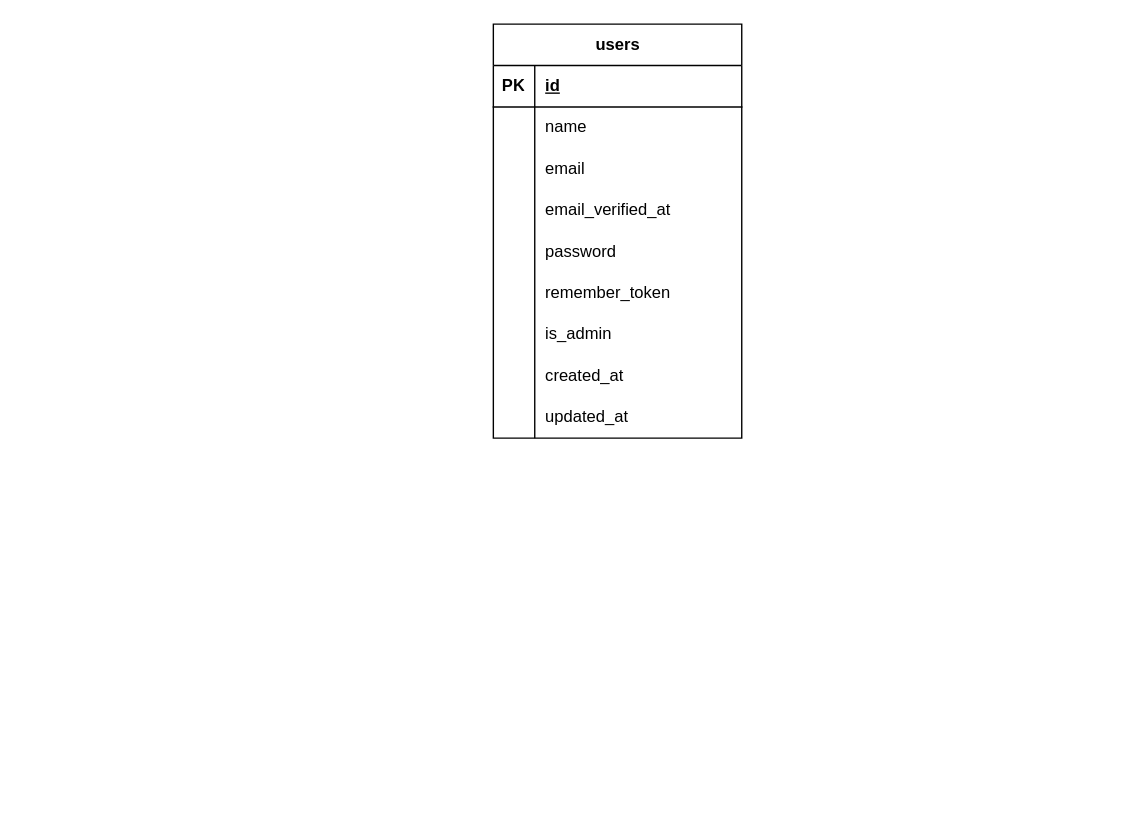
The draw.io diagram src/resources/js/er.drawio in norinori25/coachtech-attendance-app, before the edit. Source tidied: cells renumbered, new cells numbered last; positions are measured from the earlier drawing's top-left corner, leaving out a move shared by most shapes. Both pictures are drawn from the tidied source at 138%, with x=0, y=0 at pixel (493, 23).
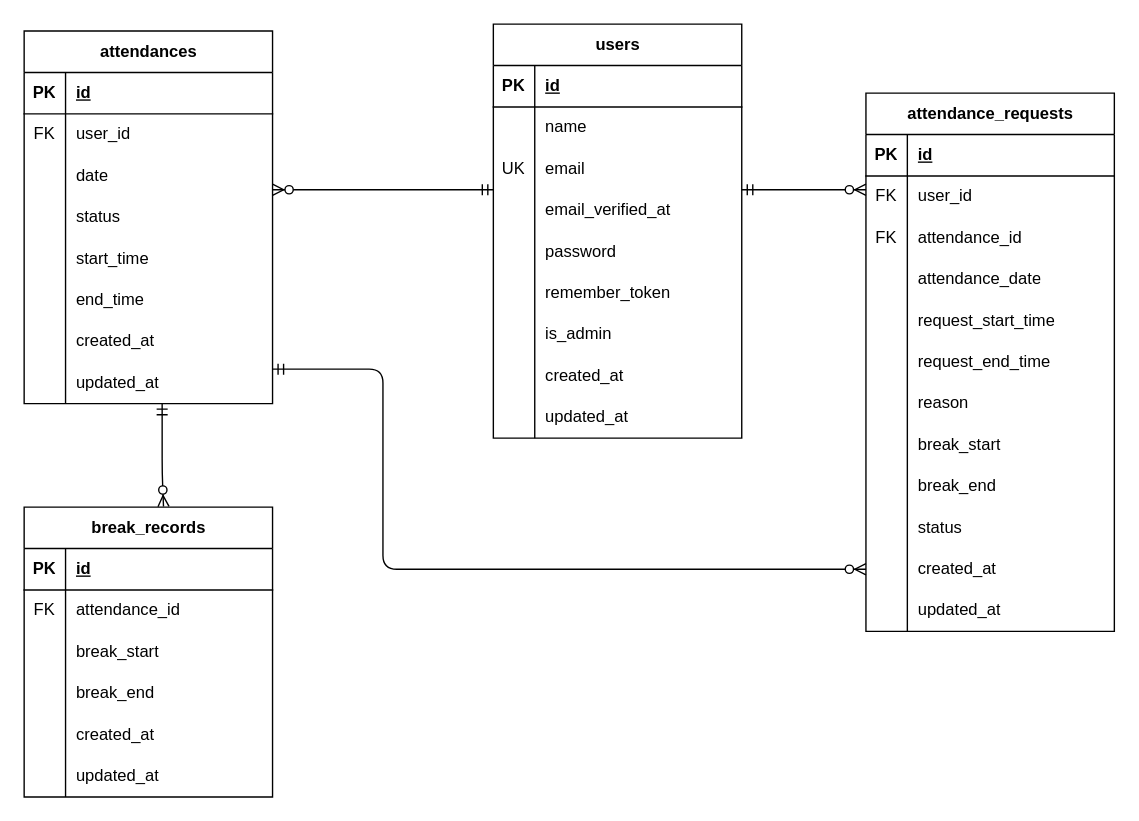
After the change.

Commit message (it also covers changes not shown here):
docs: README に ER 図を追加

The change refers to these unchanged cells:
```xml
<mxCell id="9" style="shape=tableRow;horizontal=0;startSize=0;swimlaneHead=0;swimlaneBody=0;fillColor=none;top=0;left=0;right=0;bottom=0;" parent="2" vertex="1">
  <mxGeometry y="90" width="180" height="30" as="geometry" />
</mxCell>
```

Diff of the diagram source:
```diff
@@
-    <mxCell id="10" style="shape=partialRectangle;fillColor=none;top=0;left=0;bottom=0;right=0;overflow=hidden;whiteSpace=wrap;html=1;" parent="9" vertex="1">
+    <mxCell id="10" value="UK" style="shape=partialRectangle;fillColor=none;top=0;left=0;bottom=0;right=0;overflow=hidden;whiteSpace=wrap;html=1;" parent="9" vertex="1">
       <mxGeometry width="30" height="30" as="geometry" />
     </mxCell>
@@
+    <mxCell id="30" value="attendances" style="shape=table;startSize=30;childLayout=tableLayout;rowLines=0;fontStyle=1;align=center;html=1;" parent="1" vertex="1">
+      <mxGeometry x="-340" y="5" width="180" height="270" as="geometry" />
+    </mxCell>
+    <mxCell id="31" style="shape=tableRow;horizontal=0;startSize=0;swimlaneHead=0;swimlaneBody=0;fillColor=none;top=0;left=0;right=0;bottom=1;" parent="30" vertex="1">
+      <mxGeometry y="30" width="180" height="30" as="geometry" />
+    </mxCell>
+    <mxCell id="32" value="PK" style="shape=partialRectangle;fillColor=none;top=0;left=0;bottom=0;right=0;fontStyle=1;overflow=hidden;whiteSpace=wrap;html=1;" parent="31" vertex="1">
+      <mxGeometry width="30" height="30" as="geometry" />
+    </mxCell>
+    <mxCell id="33" value="id" style="shape=partialRectangle;fillColor=none;top=0;left=0;bottom=0;right=0;align=left;spacingLeft=6;fontStyle=5;overflow=hidden;whiteSpace=wrap;html=1;" parent="31" vertex="1">
+      <mxGeometry x="30" width="150" height="30" as="geometry" />
+    </mxCell>
+    <mxCell id="34" style="shape=tableRow;horizontal=0;startSize=0;swimlaneHead=0;swimlaneBody=0;fillColor=none;top=0;left=0;right=0;bottom=0;" parent="30" vertex="1">
+      <mxGeometry y="60" width="180" height="30" as="geometry" />
+    </mxCell>
+    <mxCell id="35" value="FK" style="shape=partialRectangle;fillColor=none;top=0;left=0;bottom=0;right=0;overflow=hidden;whiteSpace=wrap;html=1;" parent="34" vertex="1">
+      <mxGeometry width="30" height="30" as="geometry" />
+    </mxCell>
+    <mxCell id="36" value="user_id" style="shape=partialRectangle;fillColor=none;top=0;left=0;bottom=0;right=0;align=left;spacingLeft=6;overflow=hidden;whiteSpace=wrap;html=1;" parent="34" vertex="1">
+      <mxGeometry x="30" width="150" height="30" as="geometry" />
+    </mxCell>
+    <mxCell id="37" style="shape=tableRow;horizontal=0;startSize=0;swimlaneHead=0;swimlaneBody=0;fillColor=none;top=0;left=0;right=0;bottom=0;" parent="30" vertex="1">
+      <mxGeometry y="90" width="180" height="30" as="geometry" />
+    </mxCell>
+    <mxCell id="38" style="shape=partialRectangle;fillColor=none;top=0;left=0;bottom=0;right=0;overflow=hidden;whiteSpace=wrap;html=1;" parent="37" vertex="1">
+      <mxGeometry width="30" height="30" as="geometry" />
+    </mxCell>
+    <mxCell id="39" value="date" style="shape=partialRectangle;fillColor=none;top=0;left=0;bottom=0;right=0;align=left;spacingLeft=6;overflow=hidden;whiteSpace=wrap;html=1;" parent="37" vertex="1">
+      <mxGeometry x="30" width="150" height="30" as="geometry" />
+    </mxCell>
+    <mxCell id="40" style="shape=tableRow;horizontal=0;startSize=0;swimlaneHead=0;swimlaneBody=0;fillColor=none;top=0;left=0;right=0;bottom=0;" parent="30" vertex="1">
+      <mxGeometry y="120" width="180" height="30" as="geometry" />
+    </mxCell>
+    <mxCell id="41" style="shape=partialRectangle;fillColor=none;top=0;left=0;bottom=0;right=0;overflow=hidden;whiteSpace=wrap;html=1;" parent="40" vertex="1">
+      <mxGeometry width="30" height="30" as="geometry" />
+    </mxCell>
+    <mxCell id="42" value="status" style="shape=partialRectangle;fillColor=none;top=0;left=0;bottom=0;right=0;align=left;spacingLeft=6;overflow=hidden;whiteSpace=wrap;html=1;" parent="40" vertex="1">
+      <mxGeometry x="30" width="150" height="30" as="geometry" />
+    </mxCell>
+    <mxCell id="43" style="shape=tableRow;horizontal=0;startSize=0;swimlaneHead=0;swimlaneBody=0;fillColor=none;top=0;left=0;right=0;bottom=0;" parent="30" vertex="1">
+      <mxGeometry y="150" width="180" height="30" as="geometry" />
+    </mxCell>
+    <mxCell id="44" style="shape=partialRectangle;fillColor=none;top=0;left=0;bottom=0;right=0;overflow=hidden;whiteSpace=wrap;html=1;" parent="43" vertex="1">
+      <mxGeometry width="30" height="30" as="geometry" />
+    </mxCell>
+    <mxCell id="45" value="start_time" style="shape=partialRectangle;fillColor=none;top=0;left=0;bottom=0;right=0;align=left;spacingLeft=6;overflow=hidden;whiteSpace=wrap;html=1;" parent="43" vertex="1">
+      <mxGeometry x="30" width="150" height="30" as="geometry" />
+    </mxCell>
+    <mxCell id="46" style="shape=tableRow;horizontal=0;startSize=0;swimlaneHead=0;swimlaneBody=0;fillColor=none;top=0;left=0;right=0;bottom=0;" parent="30" vertex="1">
+      <mxGeometry y="180" width="180" height="30" as="geometry" />
+    </mxCell>
+    <mxCell id="47" style="shape=partialRectangle;fillColor=none;top=0;left=0;bottom=0;right=0;overflow=hidden;whiteSpace=wrap;html=1;" parent="46" vertex="1">
+      <mxGeometry width="30" height="30" as="geometry" />
+    </mxCell>
+    <mxCell id="48" value="end_time" style="shape=partialRectangle;fillColor=none;top=0;left=0;bottom=0;right=0;align=left;spacingLeft=6;overflow=hidden;whiteSpace=wrap;html=1;" parent="46" vertex="1">
+      <mxGeometry x="30" width="150" height="30" as="geometry" />
+    </mxCell>
+    <mxCell id="49" style="shape=tableRow;horizontal=0;startSize=0;swimlaneHead=0;swimlaneBody=0;fillColor=none;top=0;left=0;right=0;bottom=0;" parent="30" vertex="1">
+      <mxGeometry y="210" width="180" height="30" as="geometry" />
+    </mxCell>
+    <mxCell id="50" style="shape=partialRectangle;fillColor=none;top=0;left=0;bottom=0;right=0;overflow=hidden;whiteSpace=wrap;html=1;" parent="49" vertex="1">
+      <mxGeometry width="30" height="30" as="geometry" />
+    </mxCell>
+    <mxCell id="51" value="created_at" style="shape=partialRectangle;fillColor=none;top=0;left=0;bottom=0;right=0;align=left;spacingLeft=6;overflow=hidden;whiteSpace=wrap;html=1;" parent="49" vertex="1">
+      <mxGeometry x="30" width="150" height="30" as="geometry" />
+    </mxCell>
+    <mxCell id="52" style="shape=tableRow;horizontal=0;startSize=0;swimlaneHead=0;swimlaneBody=0;fillColor=none;top=0;left=0;right=0;bottom=0;" parent="30" vertex="1">
+      <mxGeometry y="240" width="180" height="30" as="geometry" />
+    </mxCell>
+    <mxCell id="53" style="shape=partialRectangle;fillColor=none;top=0;left=0;bottom=0;right=0;overflow=hidden;whiteSpace=wrap;html=1;" parent="52" vertex="1">
+      <mxGeometry width="30" height="30" as="geometry" />
+    </mxCell>
+    <mxCell id="54" value="updated_at" style="shape=partialRectangle;fillColor=none;top=0;left=0;bottom=0;right=0;align=left;spacingLeft=6;overflow=hidden;whiteSpace=wrap;html=1;" parent="52" vertex="1">
+      <mxGeometry x="30" width="150" height="30" as="geometry" />
+    </mxCell>
+    <mxCell id="55" value="break_records" style="shape=table;startSize=30;childLayout=tableLayout;rowLines=0;fontStyle=1;align=center;html=1;" parent="1" vertex="1">
+      <mxGeometry x="-340" y="350" width="180" height="210" as="geometry" />
+    </mxCell>
+    <mxCell id="56" style="shape=tableRow;horizontal=0;startSize=0;swimlaneHead=0;swimlaneBody=0;fillColor=none;top=0;left=0;right=0;bottom=1;" parent="55" vertex="1">
+      <mxGeometry y="30" width="180" height="30" as="geometry" />
+    </mxCell>
+    <mxCell id="57" value="PK" style="shape=partialRectangle;fillColor=none;top=0;left=0;bottom=0;right=0;fontStyle=1;overflow=hidden;whiteSpace=wrap;html=1;" parent="56" vertex="1">
+      <mxGeometry width="30" height="30" as="geometry" />
+    </mxCell>
+    <mxCell id="58" value="id" style="shape=partialRectangle;fillColor=none;top=0;left=0;bottom=0;right=0;align=left;spacingLeft=6;fontStyle=5;overflow=hidden;whiteSpace=wrap;html=1;" parent="56" vertex="1">
+      <mxGeometry x="30" width="150" height="30" as="geometry" />
+    </mxCell>
+    <mxCell id="59" style="shape=tableRow;horizontal=0;startSize=0;swimlaneHead=0;swimlaneBody=0;fillColor=none;top=0;left=0;right=0;bottom=0;" parent="55" vertex="1">
+      <mxGeometry y="60" width="180" height="30" as="geometry" />
+    </mxCell>
+    <mxCell id="60" value="FK" style="shape=partialRectangle;fillColor=none;top=0;left=0;bottom=0;right=0;overflow=hidden;whiteSpace=wrap;html=1;" parent="59" vertex="1">
+      <mxGeometry width="30" height="30" as="geometry" />
+    </mxCell>
+    <mxCell id="61" value="attendance_id" style="shape=partialRectangle;fillColor=none;top=0;left=0;bottom=0;right=0;align=left;spacingLeft=6;overflow=hidden;whiteSpace=wrap;html=1;" parent="59" vertex="1">
+      <mxGeometry x="30" width="150" height="30" as="geometry" />
+    </mxCell>
+    <mxCell id="62" style="shape=tableRow;horizontal=0;startSize=0;swimlaneHead=0;swimlaneBody=0;fillColor=none;top=0;left=0;right=0;bottom=0;" parent="55" vertex="1">
+      <mxGeometry y="90" width="180" height="30" as="geometry" />
+    </mxCell>
+    <mxCell id="63" style="shape=partialRectangle;fillColor=none;top=0;left=0;bottom=0;right=0;overflow=hidden;whiteSpace=wrap;html=1;" parent="62" vertex="1">
+      <mxGeometry width="30" height="30" as="geometry" />
+    </mxCell>
+    <mxCell id="64" value="break_start" style="shape=partialRectangle;fillColor=none;top=0;left=0;bottom=0;right=0;align=left;spacingLeft=6;overflow=hidden;whiteSpace=wrap;html=1;" parent="62" vertex="1">
+      <mxGeometry x="30" width="150" height="30" as="geometry" />
+    </mxCell>
+    <mxCell id="65" style="shape=tableRow;horizontal=0;startSize=0;swimlaneHead=0;swimlaneBody=0;fillColor=none;top=0;left=0;right=0;bottom=0;" parent="55" vertex="1">
+      <mxGeometry y="120" width="180" height="30" as="geometry" />
+    </mxCell>
+    <mxCell id="66" style="shape=partialRectangle;fillColor=none;top=0;left=0;bottom=0;right=0;overflow=hidden;whiteSpace=wrap;html=1;" parent="65" vertex="1">
+      <mxGeometry width="30" height="30" as="geometry" />
+    </mxCell>
+    <mxCell id="67" value="break_end" style="shape=partialRectangle;fillColor=none;top=0;left=0;bottom=0;right=0;align=left;spacingLeft=6;overflow=hidden;whiteSpace=wrap;html=1;" parent="65" vertex="1">
+      <mxGeometry x="30" width="150" height="30" as="geometry" />
+    </mxCell>
+    <mxCell id="68" style="shape=tableRow;horizontal=0;startSize=0;swimlaneHead=0;swimlaneBody=0;fillColor=none;top=0;left=0;right=0;bottom=0;" parent="55" vertex="1">
+      <mxGeometry y="150" width="180" height="30" as="geometry" />
+    </mxCell>
+    <mxCell id="69" style="shape=partialRectangle;fillColor=none;top=0;left=0;bottom=0;right=0;overflow=hidden;whiteSpace=wrap;html=1;" parent="68" vertex="1">
+      <mxGeometry width="30" height="30" as="geometry" />
+    </mxCell>
+    <mxCell id="70" value="created_at" style="shape=partialRectangle;fillColor=none;top=0;left=0;bottom=0;right=0;align=left;spacingLeft=6;overflow=hidden;whiteSpace=wrap;html=1;" parent="68" vertex="1">
+      <mxGeometry x="30" width="150" height="30" as="geometry" />
+    </mxCell>
+    <mxCell id="71" style="shape=tableRow;horizontal=0;startSize=0;swimlaneHead=0;swimlaneBody=0;fillColor=none;top=0;left=0;right=0;bottom=0;" parent="55" vertex="1">
+      <mxGeometry y="180" width="180" height="30" as="geometry" />
+    </mxCell>
+    <mxCell id="72" style="shape=partialRectangle;fillColor=none;top=0;left=0;bottom=0;right=0;overflow=hidden;whiteSpace=wrap;html=1;" parent="71" vertex="1">
+      <mxGeometry width="30" height="30" as="geometry" />
+    </mxCell>
+    <mxCell id="73" value="updated_at" style="shape=partialRectangle;fillColor=none;top=0;left=0;bottom=0;right=0;align=left;spacingLeft=6;overflow=hidden;whiteSpace=wrap;html=1;" parent="71" vertex="1">
+      <mxGeometry x="30" width="150" height="30" as="geometry" />
+    </mxCell>
+    <mxCell id="74" style="fontSize=12;html=1;endArrow=ERzeroToMany;startArrow=ERmandOne;" parent="1" edge="1">
+      <mxGeometry relative="1" as="geometry">
+        <mxPoint y="120" as="sourcePoint" />
+        <mxPoint x="-160" y="120" as="targetPoint" />
+      </mxGeometry>
+    </mxCell>
+    <mxCell id="75" style="fontSize=12;html=1;endArrow=ERzeroToMany;startArrow=ERmandOne;entryX=0.561;entryY=-0.002;entryDx=0;entryDy=0;entryPerimeter=0;" parent="1" edge="1" target="55">
+      <mxGeometry relative="1" as="geometry">
+        <mxPoint x="-240" y="275" as="sourcePoint" />
+        <Array as="points">
+          <mxPoint x="-240" y="325" />
+        </Array>
+      </mxGeometry>
+    </mxCell>
+    <mxCell id="76" value="attendance_requests" style="shape=table;startSize=30;childLayout=tableLayout;rowLines=0;fontStyle=1;align=center;html=1;" parent="1" vertex="1">
+      <mxGeometry x="270" y="50" width="180" height="390" as="geometry" />
+    </mxCell>
+    <mxCell id="77" style="shape=tableRow;horizontal=0;startSize=0;swimlaneHead=0;swimlaneBody=0;fillColor=none;top=0;left=0;right=0;bottom=1;" parent="76" vertex="1">
+      <mxGeometry y="30" width="180" height="30" as="geometry" />
+    </mxCell>
+    <mxCell id="78" value="PK" style="shape=partialRectangle;fillColor=none;top=0;left=0;bottom=0;right=0;fontStyle=1;overflow=hidden;whiteSpace=wrap;html=1;" parent="77" vertex="1">
+      <mxGeometry width="30" height="30" as="geometry" />
+    </mxCell>
+    <mxCell id="79" value="id" style="shape=partialRectangle;fillColor=none;top=0;left=0;bottom=0;right=0;align=left;spacingLeft=6;fontStyle=5;overflow=hidden;whiteSpace=wrap;html=1;" parent="77" vertex="1">
+      <mxGeometry x="30" width="150" height="30" as="geometry" />
+    </mxCell>
+    <mxCell id="80" style="shape=tableRow;horizontal=0;startSize=0;swimlaneHead=0;swimlaneBody=0;fillColor=none;top=0;left=0;right=0;bottom=0;" parent="76" vertex="1">
+      <mxGeometry y="60" width="180" height="30" as="geometry" />
+    </mxCell>
+    <mxCell id="81" value="FK" style="shape=partialRectangle;fillColor=none;top=0;left=0;bottom=0;right=0;overflow=hidden;whiteSpace=wrap;html=1;" parent="80" vertex="1">
+      <mxGeometry width="30" height="30" as="geometry" />
+    </mxCell>
+    <mxCell id="82" value="user_id" style="shape=partialRectangle;fillColor=none;top=0;left=0;bottom=0;right=0;align=left;spacingLeft=6;overflow=hidden;whiteSpace=wrap;html=1;" parent="80" vertex="1">
+      <mxGeometry x="30" width="150" height="30" as="geometry" />
+    </mxCell>
+    <mxCell id="83" style="shape=tableRow;horizontal=0;startSize=0;swimlaneHead=0;swimlaneBody=0;fillColor=none;top=0;left=0;right=0;bottom=0;" parent="76" vertex="1">
+      <mxGeometry y="90" width="180" height="30" as="geometry" />
+    </mxCell>
+    <mxCell id="84" value="FK" style="shape=partialRectangle;fillColor=none;top=0;left=0;bottom=0;right=0;overflow=hidden;whiteSpace=wrap;html=1;" parent="83" vertex="1">
+      <mxGeometry width="30" height="30" as="geometry" />
+    </mxCell>
+    <mxCell id="85" value="attendance_id" style="shape=partialRectangle;fillColor=none;top=0;left=0;bottom=0;right=0;align=left;spacingLeft=6;overflow=hidden;whiteSpace=wrap;html=1;" parent="83" vertex="1">
+      <mxGeometry x="30" width="150" height="30" as="geometry" />
+    </mxCell>
+    <mxCell id="86" style="shape=tableRow;horizontal=0;startSize=0;swimlaneHead=0;swimlaneBody=0;fillColor=none;top=0;left=0;right=0;bottom=0;" parent="76" vertex="1">
+      <mxGeometry y="120" width="180" height="30" as="geometry" />
+    </mxCell>
+    <mxCell id="87" style="shape=partialRectangle;fillColor=none;top=0;left=0;bottom=0;right=0;overflow=hidden;whiteSpace=wrap;html=1;" parent="86" vertex="1">
+      <mxGeometry width="30" height="30" as="geometry" />
+    </mxCell>
+    <mxCell id="88" value="attendance_date" style="shape=partialRectangle;fillColor=none;top=0;left=0;bottom=0;right=0;align=left;spacingLeft=6;overflow=hidden;whiteSpace=wrap;html=1;" parent="86" vertex="1">
+      <mxGeometry x="30" width="150" height="30" as="geometry" />
+    </mxCell>
+    <mxCell id="89" style="shape=tableRow;horizontal=0;startSize=0;swimlaneHead=0;swimlaneBody=0;fillColor=none;top=0;left=0;right=0;bottom=0;" parent="76" vertex="1">
+      <mxGeometry y="150" width="180" height="30" as="geometry" />
+    </mxCell>
+    <mxCell id="90" style="shape=partialRectangle;fillColor=none;top=0;left=0;bottom=0;right=0;overflow=hidden;whiteSpace=wrap;html=1;" parent="89" vertex="1">
+      <mxGeometry width="30" height="30" as="geometry" />
+    </mxCell>
+    <mxCell id="91" value="request_start_time" style="shape=partialRectangle;fillColor=none;top=0;left=0;bottom=0;right=0;align=left;spacingLeft=6;overflow=hidden;whiteSpace=wrap;html=1;" parent="89" vertex="1">
+      <mxGeometry x="30" width="150" height="30" as="geometry" />
+    </mxCell>
+    <mxCell id="92" style="shape=tableRow;horizontal=0;startSize=0;swimlaneHead=0;swimlaneBody=0;fillColor=none;top=0;left=0;right=0;bottom=0;" parent="76" vertex="1">
+      <mxGeometry y="180" width="180" height="30" as="geometry" />
+    </mxCell>
+    <mxCell id="93" style="shape=partialRectangle;fillColor=none;top=0;left=0;bottom=0;right=0;overflow=hidden;whiteSpace=wrap;html=1;" parent="92" vertex="1">
+      <mxGeometry width="30" height="30" as="geometry" />
+    </mxCell>
+    <mxCell id="94" value="request_end_time" style="shape=partialRectangle;fillColor=none;top=0;left=0;bottom=0;right=0;align=left;spacingLeft=6;overflow=hidden;whiteSpace=wrap;html=1;" parent="92" vertex="1">
+      <mxGeometry x="30" width="150" height="30" as="geometry" />
+    </mxCell>
+    <mxCell id="95" style="shape=tableRow;horizontal=0;startSize=0;swimlaneHead=0;swimlaneBody=0;fillColor=none;top=0;left=0;right=0;bottom=0;" parent="76" vertex="1">
+      <mxGeometry y="210" width="180" height="30" as="geometry" />
+    </mxCell>
+    <mxCell id="96" style="shape=partialRectangle;fillColor=none;top=0;left=0;bottom=0;right=0;overflow=hidden;whiteSpace=wrap;html=1;" parent="95" vertex="1">
+      <mxGeometry width="30" height="30" as="geometry" />
+    </mxCell>
+    <mxCell id="97" value="reason" style="shape=partialRectangle;fillColor=none;top=0;left=0;bottom=0;right=0;align=left;spacingLeft=6;overflow=hidden;whiteSpace=wrap;html=1;" parent="95" vertex="1">
+      <mxGeometry x="30" width="150" height="30" as="geometry" />
+    </mxCell>
+    <mxCell id="98" style="shape=tableRow;horizontal=0;startSize=0;swimlaneHead=0;swimlaneBody=0;fillColor=none;top=0;left=0;right=0;bottom=0;" parent="76" vertex="1">
+      <mxGeometry y="240" width="180" height="30" as="geometry" />
+    </mxCell>
+    <mxCell id="99" style="shape=partialRectangle;fillColor=none;top=0;left=0;bottom=0;right=0;overflow=hidden;whiteSpace=wrap;html=1;" parent="98" vertex="1">
+      <mxGeometry width="30" height="30" as="geometry" />
+    </mxCell>
+    <mxCell id="100" value="break_start" style="shape=partialRectangle;fillColor=none;top=0;left=0;bottom=0;right=0;align=left;spacingLeft=6;overflow=hidden;whiteSpace=wrap;html=1;" parent="98" vertex="1">
+      <mxGeometry x="30" width="150" height="30" as="geometry" />
+    </mxCell>
+    <mxCell id="101" style="shape=tableRow;horizontal=0;startSize=0;swimlaneHead=0;swimlaneBody=0;fillColor=none;top=0;left=0;right=0;bottom=0;" parent="76" vertex="1">
+      <mxGeometry y="270" width="180" height="30" as="geometry" />
+    </mxCell>
+    <mxCell id="102" style="shape=partialRectangle;fillColor=none;top=0;left=0;bottom=0;right=0;overflow=hidden;whiteSpace=wrap;html=1;" parent="101" vertex="1">
+      <mxGeometry width="30" height="30" as="geometry" />
+    </mxCell>
+    <mxCell id="103" value="break_end" style="shape=partialRectangle;fillColor=none;top=0;left=0;bottom=0;right=0;align=left;spacingLeft=6;overflow=hidden;whiteSpace=wrap;html=1;" parent="101" vertex="1">
+      <mxGeometry x="30" width="150" height="30" as="geometry" />
+    </mxCell>
+    <mxCell id="104" style="shape=tableRow;horizontal=0;startSize=0;swimlaneHead=0;swimlaneBody=0;fillColor=none;top=0;left=0;right=0;bottom=0;" parent="76" vertex="1">
+      <mxGeometry y="300" width="180" height="30" as="geometry" />
+    </mxCell>
+    <mxCell id="105" style="shape=partialRectangle;fillColor=none;top=0;left=0;bottom=0;right=0;overflow=hidden;whiteSpace=wrap;html=1;" parent="104" vertex="1">
+      <mxGeometry width="30" height="30" as="geometry" />
+    </mxCell>
+    <mxCell id="106" value="status" style="shape=partialRectangle;fillColor=none;top=0;left=0;bottom=0;right=0;align=left;spacingLeft=6;overflow=hidden;whiteSpace=wrap;html=1;" parent="104" vertex="1">
+      <mxGeometry x="30" width="150" height="30" as="geometry" />
+    </mxCell>
+    <mxCell id="107" style="shape=tableRow;horizontal=0;startSize=0;swimlaneHead=0;swimlaneBody=0;fillColor=none;points=[[0,0.5],[1,0.5]];portConstraint=eastwest;top=0;left=0;right=0;bottom=0;" parent="76" vertex="1">
+      <mxGeometry y="330" width="180" height="30" as="geometry" />
+    </mxCell>
+    <mxCell id="108" style="shape=partialRectangle;fillColor=none;top=0;left=0;bottom=0;right=0;overflow=hidden;whiteSpace=wrap;html=1;" parent="107" vertex="1">
+      <mxGeometry width="30" height="30" as="geometry" />
+    </mxCell>
+    <mxCell id="109" value="created_at" style="shape=partialRectangle;fillColor=none;top=0;left=0;bottom=0;right=0;align=left;spacingLeft=6;overflow=hidden;whiteSpace=wrap;html=1;" parent="107" vertex="1">
+      <mxGeometry x="30" width="150" height="30" as="geometry" />
+    </mxCell>
+    <mxCell id="110" style="shape=tableRow;horizontal=0;startSize=0;swimlaneHead=0;swimlaneBody=0;fillColor=none;top=0;left=0;right=0;bottom=0;" parent="76" vertex="1">
+      <mxGeometry y="360" width="180" height="30" as="geometry" />
+    </mxCell>
+    <mxCell id="111" style="shape=partialRectangle;fillColor=none;top=0;left=0;bottom=0;right=0;overflow=hidden;whiteSpace=wrap;html=1;" parent="110" vertex="1">
+      <mxGeometry width="30" height="30" as="geometry" />
+    </mxCell>
+    <mxCell id="112" value="updated_at" style="shape=partialRectangle;fillColor=none;top=0;left=0;bottom=0;right=0;align=left;spacingLeft=6;overflow=hidden;whiteSpace=wrap;html=1;" parent="110" vertex="1">
+      <mxGeometry x="30" width="150" height="30" as="geometry" />
+    </mxCell>
+    <mxCell id="113" style="fontSize=12;html=1;endArrow=ERzeroToMany;startArrow=ERmandOne;" parent="1" edge="1">
+      <mxGeometry relative="1" as="geometry">
+        <mxPoint x="180" y="120" as="sourcePoint" />
+        <mxPoint x="270" y="120" as="targetPoint" />
+        <Array as="points">
+          <mxPoint x="230" y="120" />
+        </Array>
+      </mxGeometry>
+    </mxCell>
+    <mxCell id="114" style="fontSize=12;html=1;endArrow=ERzeroToMany;startArrow=ERmandOne;edgeStyle=elbowEdgeStyle;entryX=0;entryY=0.5;entryDx=0;entryDy=0;" parent="1" edge="1" target="107">
+      <mxGeometry relative="1" as="geometry">
+        <mxPoint x="-160" y="250" as="sourcePoint" />
+        <Array as="points">
+          <mxPoint x="-80" y="310" />
+        </Array>
+      </mxGeometry>
+    </mxCell>
```
